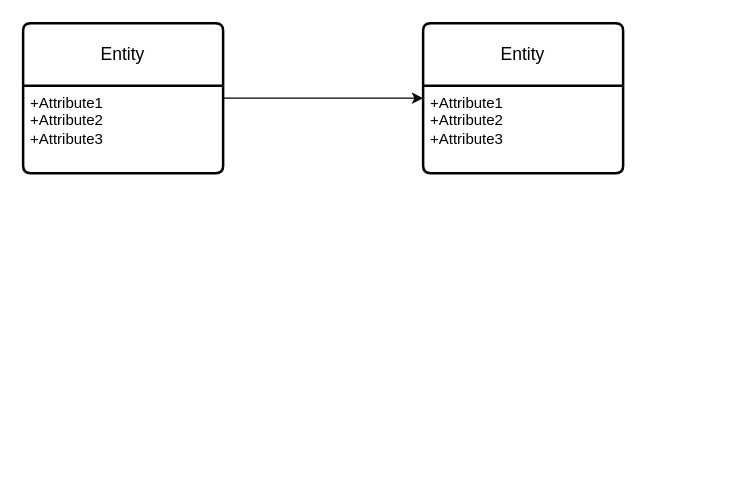
The draw.io diagram src/docs/assets/test_diagram-20240717.drawio in ritger-alliander/im-measurement, before the edit. Source tidied: cells renumbered, new cells numbered last; positions are measured from the earlier drawing's top-left corner, leaving out a move shared by most shapes. Both pictures are drawn from the tidied source at 125%, with x=0, y=0 at pixel (22, 22).
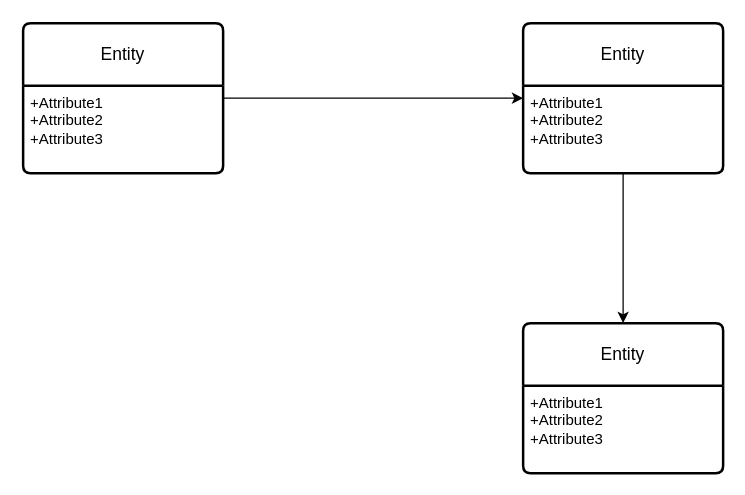
The same diagram, later.

The edit, as a diff of the source:
```diff
@@
 <mxGraphModel>
   <root>
     <mxCell id="0" />
     <mxCell id="1" parent="0" />
     <mxCell id="2" style="edgeStyle=orthogonalEdgeStyle;rounded=0;jettySize=auto;html=1;" parent="1" edge="1" source="3" target="5">
       <mxGeometry relative="1" as="geometry" />
     </mxCell>
     <mxCell id="3" value="Entity" style="swimlane;horizontal=1;startSize=50;rounded=1;fontSize=14;fontStyle=0;strokeWidth=2;shadow=0;dashed=0;align=center;arcSize=4;whiteSpace=wrap;html=1;" parent="1" vertex="1">
       <mxGeometry width="160" height="120" as="geometry" />
     </mxCell>
     <mxCell id="4" value="+Attribute1&#10;+Attribute2&#10;+Attribute3" style="align=left;strokeColor=none;fillColor=none;spacingLeft=4;fontSize=12;verticalAlign=top;html=1;" parent="3" vertex="1">
       <mxGeometry y="50" width="160" height="70" as="geometry" />
     </mxCell>
+    <mxCell id="7" style="edgeStyle=orthogonalEdgeStyle;rounded=0;jettySize=auto;html=1;" parent="1" edge="1" source="5" target="8">
+      <mxGeometry relative="1" as="geometry" />
+    </mxCell>
     <mxCell id="5" value="Entity" style="swimlane;horizontal=1;startSize=50;rounded=1;fontSize=14;fontStyle=0;strokeWidth=2;shadow=0;dashed=0;align=center;arcSize=4;whiteSpace=wrap;html=1;" parent="1" vertex="1">
-      <mxGeometry x="320" width="160" height="120" as="geometry" />
+      <mxGeometry x="400" width="160" height="120" as="geometry" />
     </mxCell>
     <mxCell id="6" value="+Attribute1&#10;+Attribute2&#10;+Attribute3" style="align=left;strokeColor=none;fillColor=none;spacingLeft=4;fontSize=12;verticalAlign=top;html=1;" parent="5" vertex="1">
       <mxGeometry y="50" width="160" height="70" as="geometry" />
     </mxCell>
+    <mxCell id="8" value="Entity" style="swimlane;horizontal=1;startSize=50;rounded=1;fontSize=14;fontStyle=0;strokeWidth=2;shadow=0;dashed=0;align=center;arcSize=4;whiteSpace=wrap;html=1;" parent="1" vertex="1">
+      <mxGeometry x="400" y="240" width="160" height="120" as="geometry" />
+    </mxCell>
+    <mxCell id="9" value="+Attribute1&#10;+Attribute2&#10;+Attribute3" style="align=left;strokeColor=none;fillColor=none;spacingLeft=4;fontSize=12;verticalAlign=top;html=1;" parent="8" vertex="1">
+      <mxGeometry y="50" width="160" height="70" as="geometry" />
+    </mxCell>
   </root>
 </mxGraphModel>
```
